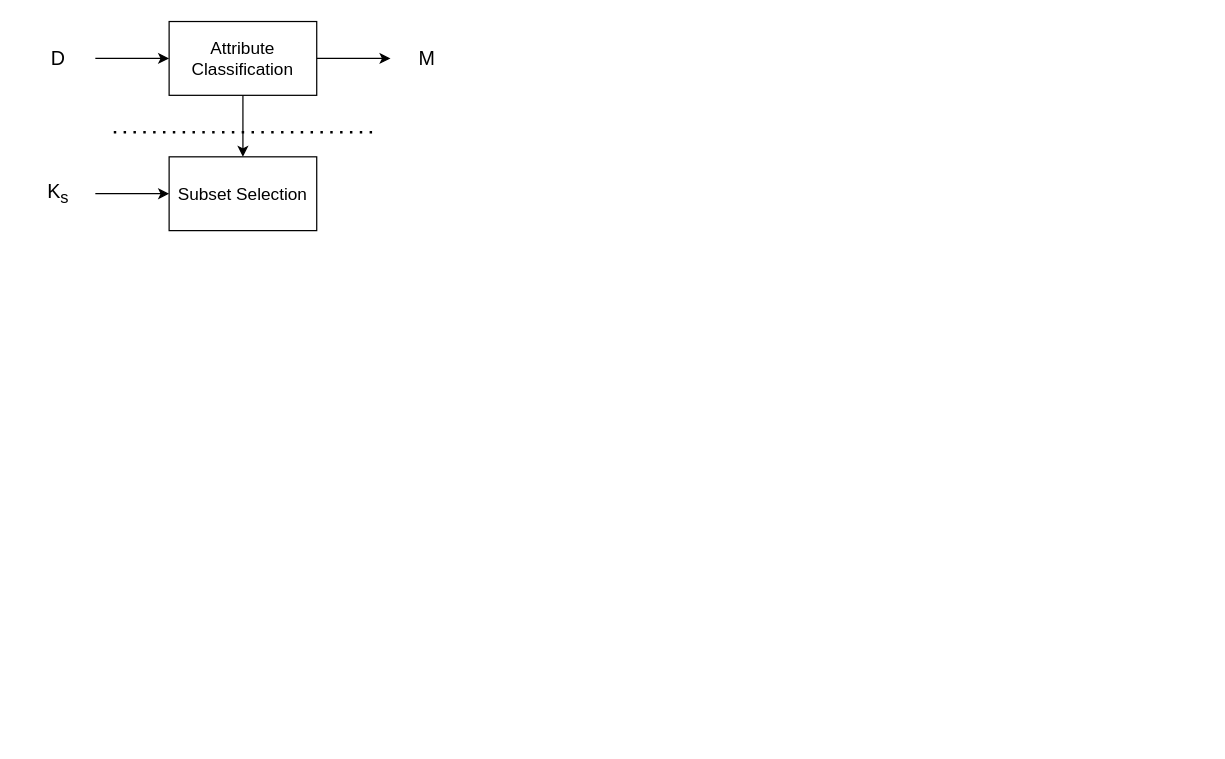
Above: 未命名绘图.drawio in doubleheiker/Justwrite (draw.io), before the change. Source tidied: cells renumbered, new cells numbered last; positions are measured from the earlier drawing's top-left corner, leaving out a move shared by most shapes. Both pictures are drawn from the tidied source at 123%, with x=0, y=0 at pixel (21, 21).
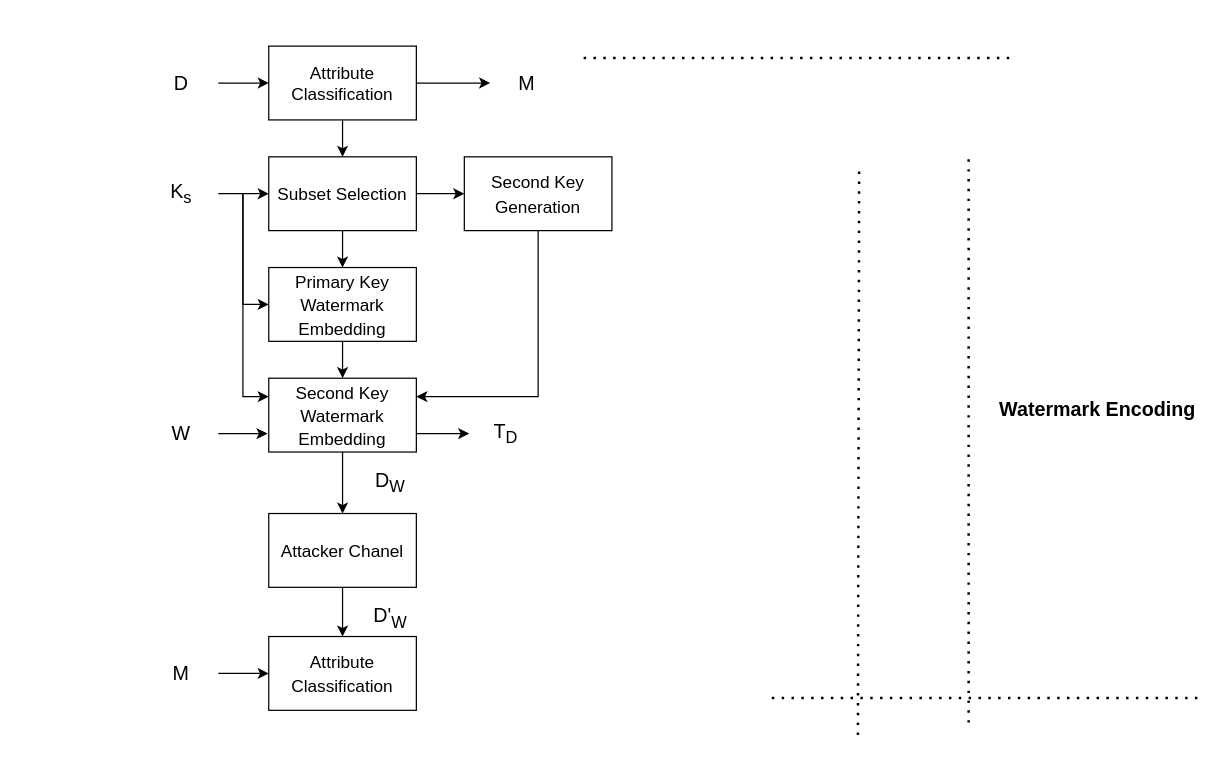
After the change.

Commit message:
更新未命名绘图.drawio

Change to the diagram source:
```diff
@@
     <mxCell id="2" style="endArrow=none;dashed=1;html=1;dashPattern=1 3;strokeWidth=2;rounded=0;" parent="1" edge="1">
       <mxGeometry relative="1" as="geometry">
-        <mxPoint x="75" y="90" as="sourcePoint" />
-        <mxPoint x="285" y="90" as="targetPoint" />
+        <mxPoint x="457" y="29.6" as="sourcePoint" />
+        <mxPoint x="807" y="29.6" as="targetPoint" />
       </mxGeometry>
     </mxCell>
@@
     <mxCell id="5" value="&lt;font style=&quot;font-size: 14px;&quot;&gt;Attribute Classification&lt;/font&gt;" style="rounded=0;whiteSpace=wrap;html=1;" parent="1" vertex="1">
-      <mxGeometry x="120" width="120" height="60" as="geometry" />
+      <mxGeometry x="201" y="20" width="120" height="60" as="geometry" />
     </mxCell>
@@
     <mxCell id="7" value="&lt;font style=&quot;font-size: 16px;&quot;&gt;D&lt;/font&gt;" style="text;html=1;strokeColor=none;fillColor=none;align=center;verticalAlign=middle;whiteSpace=wrap;rounded=0;" parent="1" vertex="1">
-      <mxGeometry y="15" width="60" height="30" as="geometry" />
+      <mxGeometry x="100" y="35" width="60" height="30" as="geometry" />
     </mxCell>
     <mxCell id="8" value="&lt;font style=&quot;font-size: 16px;&quot;&gt;M&lt;/font&gt;" style="text;html=1;strokeColor=none;fillColor=none;align=center;verticalAlign=middle;whiteSpace=wrap;rounded=0;" parent="1" vertex="1">
-      <mxGeometry x="300" y="15" width="60" height="30" as="geometry" />
+      <mxGeometry x="381" y="35" width="60" height="30" as="geometry" />
     </mxCell>
+    <mxCell id="12" style="edgeStyle=orthogonalEdgeStyle;rounded=0;jettySize=auto;html=1;exitX=0.5;exitY=1;exitDx=0;exitDy=0;entryX=0.5;entryY=0;entryDx=0;entryDy=0;fontSize=16;" parent="1" edge="1" source="9" target="17">
+      <mxGeometry relative="1" as="geometry" />
+    </mxCell>
+    <mxCell id="13" style="edgeStyle=orthogonalEdgeStyle;rounded=0;jettySize=auto;html=1;exitX=1;exitY=0.5;exitDx=0;exitDy=0;entryX=0;entryY=0.5;entryDx=0;entryDy=0;fontSize=16;" parent="1" edge="1" source="9" target="15">
+      <mxGeometry relative="1" as="geometry" />
+    </mxCell>
     <mxCell id="9" value="&lt;font style=&quot;font-size: 14px;&quot;&gt;Subset Selection&lt;/font&gt;" style="rounded=0;whiteSpace=wrap;html=1;fontSize=16;" parent="1" vertex="1">
-      <mxGeometry x="120" y="110" width="120" height="60" as="geometry" />
+      <mxGeometry x="201" y="110" width="120" height="60" as="geometry" />
     </mxCell>
@@
-    <mxCell id="11" value="&lt;font style=&quot;font-size: 16px;&quot;&gt;K&lt;sub&gt;s&lt;/sub&gt;&lt;/font&gt;" style="text;html=1;strokeColor=none;fillColor=none;align=center;verticalAlign=middle;whiteSpace=wrap;rounded=0;" parent="1" vertex="1">
-      <mxGeometry y="125" width="60" height="30" as="geometry" />
+    <mxCell id="11" value="&lt;font style=&quot;font-size: 16px;&quot;&gt;K&lt;sub style=&quot;border-color: var(--border-color);&quot;&gt;s&lt;/sub&gt;&lt;/font&gt;" style="text;html=1;strokeColor=none;fillColor=none;align=center;verticalAlign=middle;whiteSpace=wrap;rounded=0;" parent="1" vertex="1">
+      <mxGeometry x="100" y="125" width="60" height="30" as="geometry" />
     </mxCell>
+    <mxCell id="14" style="edgeStyle=orthogonalEdgeStyle;rounded=0;jettySize=auto;html=1;exitX=0.5;exitY=1;exitDx=0;exitDy=0;entryX=1;entryY=0.25;entryDx=0;entryDy=0;fontSize=16;" parent="1" edge="1" source="15" target="20">
+      <mxGeometry relative="1" as="geometry" />
+    </mxCell>
+    <mxCell id="15" value="&lt;span style=&quot;font-size: 14px;&quot;&gt;Second Key Generation&lt;/span&gt;" style="rounded=0;whiteSpace=wrap;html=1;fontSize=16;" parent="1" vertex="1">
+      <mxGeometry x="360" y="110" width="120" height="60" as="geometry" />
+    </mxCell>
+    <mxCell id="16" style="edgeStyle=orthogonalEdgeStyle;rounded=0;jettySize=auto;html=1;exitX=0.5;exitY=1;exitDx=0;exitDy=0;entryX=0.5;entryY=0;entryDx=0;entryDy=0;fontSize=16;" parent="1" edge="1" source="17" target="20">
+      <mxGeometry relative="1" as="geometry" />
+    </mxCell>
+    <mxCell id="17" value="&lt;span style=&quot;font-size: 14px;&quot;&gt;Primary Key Watermark Embedding&lt;/span&gt;" style="rounded=0;whiteSpace=wrap;html=1;fontSize=16;" parent="1" vertex="1">
+      <mxGeometry x="201" y="200" width="120" height="60" as="geometry" />
+    </mxCell>
+    <mxCell id="18" style="edgeStyle=orthogonalEdgeStyle;rounded=0;jettySize=auto;html=1;exitX=0.5;exitY=1;exitDx=0;exitDy=0;entryX=0.5;entryY=0;entryDx=0;entryDy=0;fontSize=16;" parent="1" edge="1" source="20" target="29">
+      <mxGeometry relative="1" as="geometry" />
+    </mxCell>
+    <mxCell id="19" style="edgeStyle=orthogonalEdgeStyle;rounded=0;jettySize=auto;html=1;exitX=1;exitY=0.75;exitDx=0;exitDy=0;entryX=0;entryY=0.5;entryDx=0;entryDy=0;fontSize=16;" parent="1" edge="1" source="20" target="35">
+      <mxGeometry relative="1" as="geometry" />
+    </mxCell>
+    <mxCell id="20" value="&lt;span style=&quot;font-size: 14px;&quot;&gt;Second Key Watermark Embedding&lt;br&gt;&lt;/span&gt;" style="rounded=0;whiteSpace=wrap;html=1;fontSize=16;" parent="1" vertex="1">
+      <mxGeometry x="201" y="290" width="120" height="60" as="geometry" />
+    </mxCell>
+    <mxCell id="21" style="edgeStyle=orthogonalEdgeStyle;rounded=0;jettySize=auto;html=1;fontSize=16;" parent="1" edge="1" source="22">
+      <mxGeometry relative="1" as="geometry">
+        <mxPoint x="200" y="335" as="targetPoint" />
+      </mxGeometry>
+    </mxCell>
+    <mxCell id="22" value="&lt;font style=&quot;font-size: 16px;&quot;&gt;W&lt;/font&gt;" style="text;html=1;strokeColor=none;fillColor=none;align=center;verticalAlign=middle;whiteSpace=wrap;rounded=0;" parent="1" vertex="1">
+      <mxGeometry x="100" y="320" width="60" height="30" as="geometry" />
+    </mxCell>
+    <mxCell id="23" style="endArrow=none;dashed=1;html=1;dashPattern=1 3;strokeWidth=2;rounded=0;fontSize=16;" parent="1" edge="1">
+      <mxGeometry relative="1" as="geometry">
+        <mxPoint x="680" y="580" as="sourcePoint" />
+        <mxPoint x="681" y="120" as="targetPoint" />
+      </mxGeometry>
+    </mxCell>
+    <mxCell id="24" style="endArrow=none;dashed=1;html=1;dashPattern=1 3;strokeWidth=2;rounded=0;fontSize=16;" parent="1" edge="1">
+      <mxGeometry relative="1" as="geometry">
+        <mxPoint x="770" y="570" as="sourcePoint" />
+        <mxPoint x="770" y="110" as="targetPoint" />
+      </mxGeometry>
+    </mxCell>
+    <mxCell id="25" style="endArrow=none;dashed=1;html=1;dashPattern=1 3;strokeWidth=2;rounded=0;" parent="1" edge="1">
+      <mxGeometry relative="1" as="geometry">
+        <mxPoint x="610" y="550" as="sourcePoint" />
+        <mxPoint x="960" y="550" as="targetPoint" />
+      </mxGeometry>
+    </mxCell>
+    <mxCell id="26" value="&lt;b&gt;Watermark Encoding&lt;/b&gt;" style="text;html=1;strokeColor=none;fillColor=none;align=center;verticalAlign=middle;whiteSpace=wrap;rounded=0;fontSize=16;" parent="1" vertex="1">
+      <mxGeometry x="790" y="300" width="170" height="30" as="geometry" />
+    </mxCell>
+    <mxCell id="27" value="&lt;font style=&quot;font-size: 14px;&quot;&gt;Attribute Classification&lt;/font&gt;" style="rounded=0;whiteSpace=wrap;html=1;fontSize=16;" parent="1" vertex="1">
+      <mxGeometry x="201" y="500" width="120" height="60" as="geometry" />
+    </mxCell>
+    <mxCell id="28" style="edgeStyle=orthogonalEdgeStyle;rounded=0;jettySize=auto;html=1;exitX=0.5;exitY=1;exitDx=0;exitDy=0;entryX=0.5;entryY=0;entryDx=0;entryDy=0;fontSize=13;" parent="1" edge="1" source="29" target="27">
+      <mxGeometry relative="1" as="geometry" />
+    </mxCell>
+    <mxCell id="29" value="&lt;font style=&quot;font-size: 14px;&quot;&gt;Attacker Chanel&lt;/font&gt;" style="rounded=0;whiteSpace=wrap;html=1;fontSize=16;" parent="1" vertex="1">
+      <mxGeometry x="201" y="400" width="120" height="60" as="geometry" />
+    </mxCell>
+    <mxCell id="30" style="endArrow=classic;html=1;rounded=0;fontSize=16;entryX=0;entryY=0.5;entryDx=0;entryDy=0;" parent="1" edge="1" target="17">
+      <mxGeometry relative="1" as="geometry">
+        <mxPoint x="180" y="140" as="sourcePoint" />
+        <Array as="points">
+          <mxPoint x="180" y="230" />
+        </Array>
+      </mxGeometry>
+    </mxCell>
+    <mxCell id="31" value="&lt;font style=&quot;font-size: 16px;&quot;&gt;D&lt;sub&gt;W&lt;/sub&gt;&lt;/font&gt;" style="text;html=1;strokeColor=none;fillColor=none;align=center;verticalAlign=middle;whiteSpace=wrap;rounded=0;" parent="1" vertex="1">
+      <mxGeometry x="270" y="360" width="60" height="30" as="geometry" />
+    </mxCell>
+    <mxCell id="32" style="edgeStyle=orthogonalEdgeStyle;rounded=0;jettySize=auto;html=1;exitX=1;exitY=0.5;exitDx=0;exitDy=0;entryX=0;entryY=0.5;entryDx=0;entryDy=0;fontSize=16;" parent="1" edge="1" source="33" target="27">
+      <mxGeometry relative="1" as="geometry" />
+    </mxCell>
+    <mxCell id="33" value="&lt;font style=&quot;font-size: 16px;&quot;&gt;M&lt;/font&gt;" style="text;html=1;strokeColor=none;fillColor=none;align=center;verticalAlign=middle;whiteSpace=wrap;rounded=0;" parent="1" vertex="1">
+      <mxGeometry x="100" y="515" width="60" height="30" as="geometry" />
+    </mxCell>
+    <mxCell id="34" value="&lt;font style=&quot;font-size: 16px;&quot;&gt;D'&lt;sub&gt;W&lt;/sub&gt;&lt;/font&gt;" style="text;html=1;strokeColor=none;fillColor=none;align=center;verticalAlign=middle;whiteSpace=wrap;rounded=0;" parent="1" vertex="1">
+      <mxGeometry x="270" y="470" width="60" height="30" as="geometry" />
+    </mxCell>
+    <mxCell id="35" value="&lt;span style=&quot;font-size: 16px;&quot;&gt;T&lt;sub&gt;D&lt;/sub&gt;&lt;/span&gt;" style="text;html=1;strokeColor=none;fillColor=none;align=center;verticalAlign=middle;whiteSpace=wrap;rounded=0;fontSize=13;" parent="1" vertex="1">
+      <mxGeometry x="364" y="320" width="60" height="30" as="geometry" />
+    </mxCell>
+    <mxCell id="36" style="endArrow=classic;html=1;rounded=0;fontSize=16;entryX=0;entryY=0.25;entryDx=0;entryDy=0;" parent="1" edge="1" target="20">
+      <mxGeometry relative="1" as="geometry">
+        <mxPoint x="180" y="140" as="sourcePoint" />
+        <Array as="points">
+          <mxPoint x="180" y="305" />
+        </Array>
+      </mxGeometry>
+    </mxCell>
```
